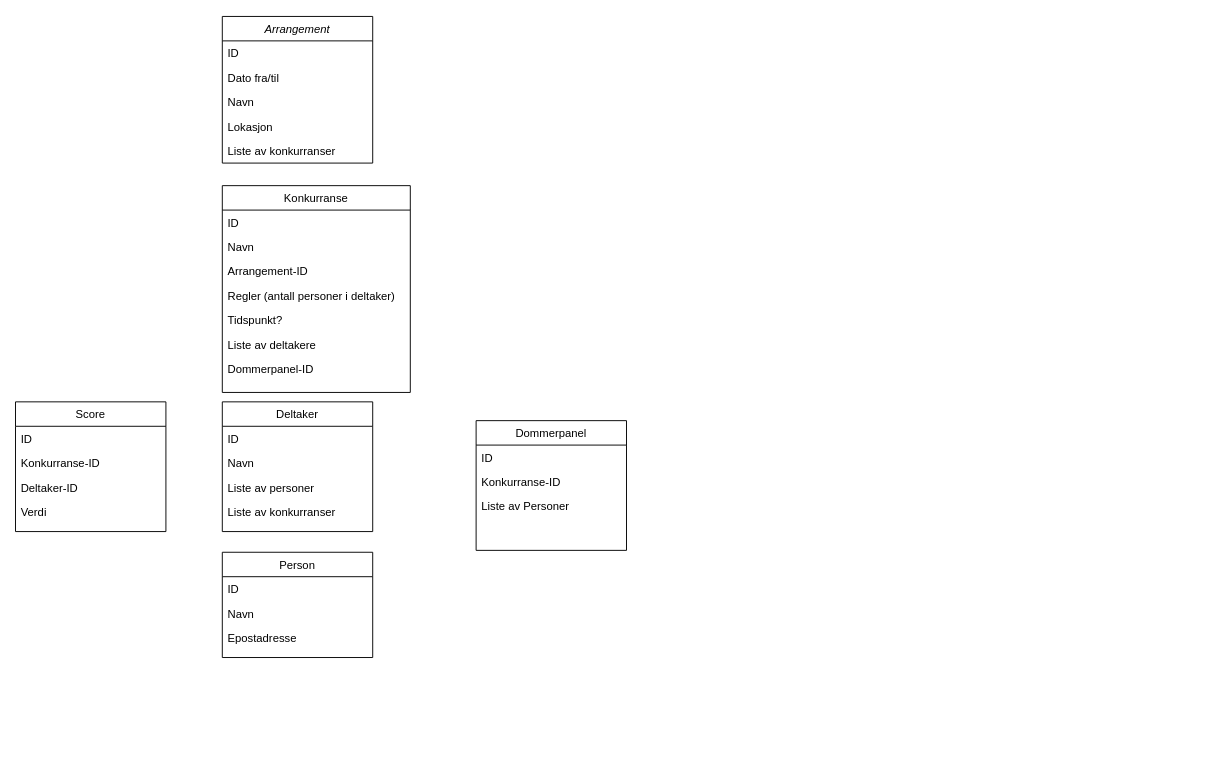
The draw.io diagram Untitled Diagram.drawio in sophiesylta/Toraderkonkurranse, before the edit. Source tidied: cells renumbered, new cells numbered last; positions are measured from the earlier drawing's top-left corner, leaving out a move shared by most shapes. Both pictures are drawn from the tidied source at 94%, with x=0, y=0 at pixel (15, 16).
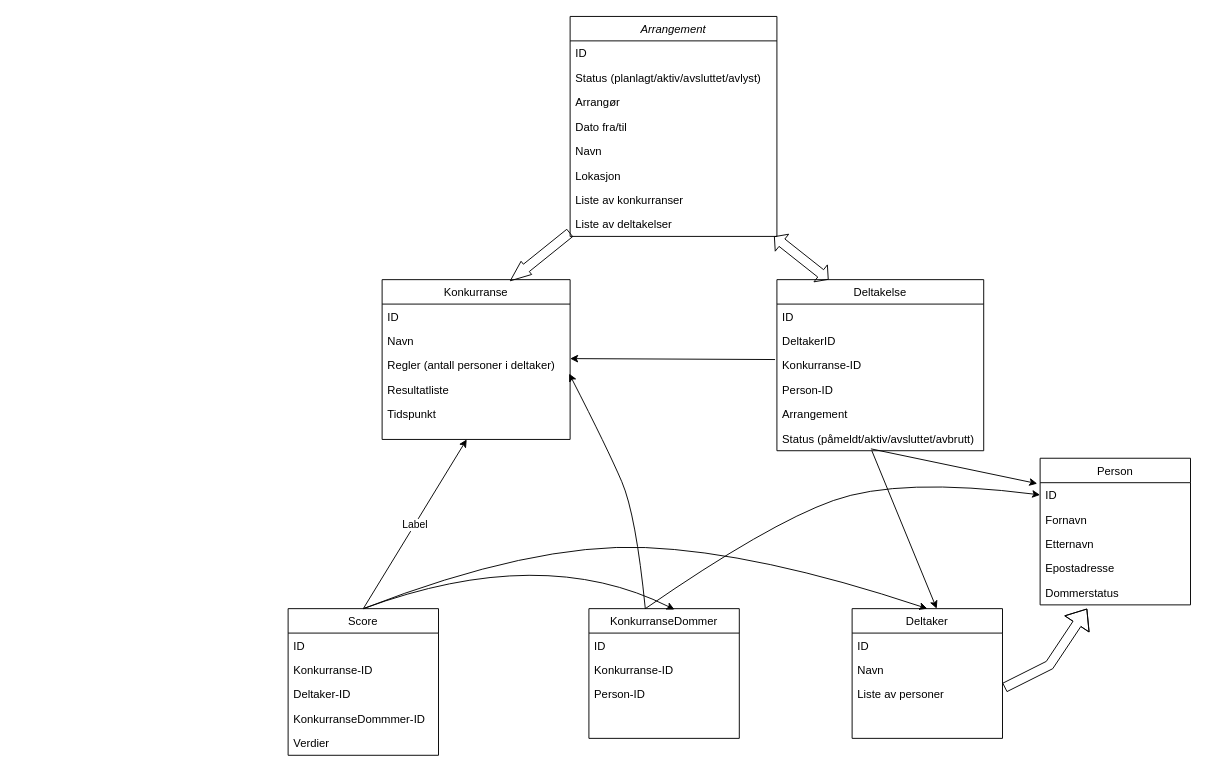
The same diagram, later.

Unchanged cells that the change refers to:
```xml
<mxCell id="11" value="Liste av personer" style="text;align=left;verticalAlign=top;spacingLeft=4;spacingRight=4;overflow=hidden;points=[[0,0.5],[1,0.5]];portConstraint=eastwest;fontStyle=0;" parent="8" vertex="1">
  <mxGeometry y="78" width="160" height="26" as="geometry" />
</mxCell>
<mxCell id="14" value="ID" style="text;align=left;verticalAlign=top;spacingLeft=4;spacingRight=4;overflow=hidden;points=[[0,0.5],[1,0.5]];portConstraint=eastwest;" parent="13" vertex="1">
  <mxGeometry y="26" width="160" height="26" as="geometry" />
</mxCell>
```

What changed in the source:
```diff
@@
     <mxCell id="2" value="Arrangement" style="swimlane;fontStyle=2;align=center;verticalAlign=top;horizontal=1;startSize=26;rounded=0;shadow=0;strokeWidth=1;" parent="1" vertex="1">
-      <mxGeometry x="220" width="160" height="156" as="geometry" />
+      <mxGeometry x="590" width="220" height="234" as="geometry" />
     </mxCell>
     <mxCell id="3" value="ID" style="text;align=left;verticalAlign=top;spacingLeft=4;spacingRight=4;overflow=hidden;" parent="2" vertex="1">
-      <mxGeometry y="26" width="160" height="26" as="geometry" />
+      <mxGeometry y="26" width="220" height="26" as="geometry" />
     </mxCell>
+    <mxCell id="34" value="Status (planlagt/aktiv/avsluttet/avlyst)" style="text;align=left;verticalAlign=top;spacingLeft=4;spacingRight=4;overflow=hidden;" parent="2" vertex="1">
+      <mxGeometry y="52" width="220" height="26" as="geometry" />
+    </mxCell>
+    <mxCell id="35" value="Arrangør" style="text;align=left;verticalAlign=top;spacingLeft=4;spacingRight=4;overflow=hidden;" parent="2" vertex="1">
+      <mxGeometry y="78" width="220" height="26" as="geometry" />
+    </mxCell>
     <mxCell id="4" value="Dato fra/til" style="text;align=left;verticalAlign=top;spacingLeft=4;spacingRight=4;overflow=hidden;rounded=0;shadow=0;html=0;" parent="2" vertex="1">
-      <mxGeometry y="52" width="160" height="26" as="geometry" />
+      <mxGeometry y="104" width="220" height="26" as="geometry" />
     </mxCell>
     <mxCell id="5" value="Navn" style="text;align=left;verticalAlign=top;spacingLeft=4;spacingRight=4;overflow=hidden;rounded=0;shadow=0;html=0;" parent="2" vertex="1">
-      <mxGeometry y="78" width="160" height="26" as="geometry" />
+      <mxGeometry y="130" width="220" height="26" as="geometry" />
     </mxCell>
     <mxCell id="6" value="Lokasjon" style="text;align=left;verticalAlign=top;spacingLeft=4;spacingRight=4;overflow=hidden;" parent="2" vertex="1">
-      <mxGeometry y="104" width="160" height="26" as="geometry" />
+      <mxGeometry y="156" width="220" height="26" as="geometry" />
     </mxCell>
+    <mxCell id="12" value="Liste av konkurranser" style="text;align=left;verticalAlign=top;spacingLeft=4;spacingRight=4;overflow=hidden;" parent="2" vertex="1">
+      <mxGeometry y="182" width="220" height="26" as="geometry" />
+    </mxCell>
-    <mxCell id="7" value="Liste av konkurranser" style="text;align=left;verticalAlign=top;spacingLeft=4;spacingRight=4;overflow=hidden;points=[[0,0.5],[1,0.5]];portConstraint=eastwest;" parent="2" vertex="1">
-      <mxGeometry y="130" width="160" height="26" as="geometry" />
+    <mxCell id="7" value="Liste av deltakelser" style="text;align=left;verticalAlign=top;spacingLeft=4;spacingRight=4;overflow=hidden;points=[[0,0.5],[1,0.5]];portConstraint=eastwest;" parent="2" vertex="1">
+      <mxGeometry y="208" width="220" height="26" as="geometry" />
     </mxCell>
     <mxCell id="8" value="Deltaker" style="swimlane;fontStyle=0;align=center;verticalAlign=top;horizontal=1;startSize=26;rounded=0;shadow=0;strokeWidth=1;" parent="1" vertex="1">
-      <mxGeometry x="220" y="410" width="160" height="138" as="geometry" />
+      <mxGeometry x="890" y="630" width="160" height="138" as="geometry" />
     </mxCell>
@@
-    <mxCell id="12" value="Liste av konkurranser" style="text;align=left;verticalAlign=top;spacingLeft=4;spacingRight=4;overflow=hidden;" parent="8" vertex="1">
-      <mxGeometry y="104" width="160" height="26" as="geometry" />
-    </mxCell>
     <mxCell id="13" value="Person" style="swimlane;fontStyle=0;align=center;verticalAlign=top;horizontal=1;startSize=26;rounded=0;shadow=0;strokeWidth=1;" parent="1" vertex="1">
-      <mxGeometry x="220" y="570" width="160" height="112" as="geometry" />
+      <mxGeometry x="1090" y="470" width="160" height="156" as="geometry" />
     </mxCell>
@@
-    <mxCell id="15" value="Navn" style="text;align=left;verticalAlign=top;spacingLeft=4;spacingRight=4;overflow=hidden;" parent="13" vertex="1">
+    <mxCell id="15" value="Fornavn" style="text;align=left;verticalAlign=top;spacingLeft=4;spacingRight=4;overflow=hidden;" parent="13" vertex="1">
       <mxGeometry y="52" width="160" height="26" as="geometry" />
     </mxCell>
+    <mxCell id="36" value="Etternavn" style="text;align=left;verticalAlign=top;spacingLeft=4;spacingRight=4;overflow=hidden;" parent="13" vertex="1">
+      <mxGeometry y="78" width="160" height="26" as="geometry" />
+    </mxCell>
     <mxCell id="16" value="Epostadresse" style="text;align=left;verticalAlign=top;spacingLeft=4;spacingRight=4;overflow=hidden;" parent="13" vertex="1">
-      <mxGeometry y="78" width="160" height="26" as="geometry" />
+      <mxGeometry y="104" width="160" height="26" as="geometry" />
     </mxCell>
+    <mxCell id="37" value="Dommerstatus" style="text;align=left;verticalAlign=top;spacingLeft=4;spacingRight=4;overflow=hidden;" parent="13" vertex="1">
+      <mxGeometry y="130" width="160" height="26" as="geometry" />
+    </mxCell>
     <mxCell id="17" value="Konkurranse" style="swimlane;fontStyle=0;align=center;verticalAlign=top;horizontal=1;startSize=26;rounded=0;shadow=0;strokeWidth=1;" parent="1" vertex="1">
-      <mxGeometry x="220" y="180" width="200" height="220" as="geometry" />
+      <mxGeometry x="390" y="280" width="200" height="170" as="geometry" />
     </mxCell>
@@
-    <mxCell id="20" value="Arrangement-ID" style="text;align=left;verticalAlign=top;spacingLeft=4;spacingRight=4;overflow=hidden;rounded=0;shadow=0;html=0;" parent="17" vertex="1">
-      <mxGeometry y="78" width="200" height="26" as="geometry" />
-    </mxCell>
     <mxCell id="21" value="Regler (antall personer i deltaker)" style="text;align=left;verticalAlign=top;spacingLeft=4;spacingRight=4;overflow=hidden;points=[[0,0.5],[1,0.5]];portConstraint=eastwest;rounded=0;shadow=0;html=0;" parent="17" vertex="1">
-      <mxGeometry y="104" width="200" height="26" as="geometry" />
+      <mxGeometry y="78" width="200" height="26" as="geometry" />
     </mxCell>
-    <mxCell id="22" value="Tidspunkt?" style="text;align=left;verticalAlign=top;spacingLeft=4;spacingRight=4;overflow=hidden;rounded=0;shadow=0;html=0;" parent="17" vertex="1">
-      <mxGeometry y="130" width="200" height="26" as="geometry" />
+    <mxCell id="22" value="Resultatliste" style="text;align=left;verticalAlign=top;spacingLeft=4;spacingRight=4;overflow=hidden;rounded=0;shadow=0;html=0;" parent="17" vertex="1">
+      <mxGeometry y="104" width="200" height="26" as="geometry" />
     </mxCell>
-    <mxCell id="23" value="Liste av deltakere" style="text;align=left;verticalAlign=top;spacingLeft=4;spacingRight=4;overflow=hidden;" parent="17" vertex="1">
-      <mxGeometry y="156" width="200" height="26" as="geometry" />
-    </mxCell>
-    <mxCell id="24" value="Dommerpanel-ID" style="text;align=left;verticalAlign=top;spacingLeft=4;spacingRight=4;overflow=hidden;fontStyle=0;" parent="17" vertex="1">
-      <mxGeometry y="182" width="200" height="26" as="geometry" />
-    </mxCell>
+    <mxCell id="38" value="Tidspunkt" style="text;align=left;verticalAlign=top;spacingLeft=4;spacingRight=4;overflow=hidden;rounded=0;shadow=0;html=0;" parent="17" vertex="1">
+      <mxGeometry y="130" width="200" height="26" as="geometry" />
+    </mxCell>
     <mxCell id="25" value="Score" style="swimlane;fontStyle=0;align=center;verticalAlign=top;horizontal=1;startSize=26;rounded=0;shadow=0;strokeWidth=1;" parent="1" vertex="1">
-      <mxGeometry y="410" width="160" height="138" as="geometry" />
+      <mxGeometry x="290" y="630" width="160" height="156" as="geometry" />
     </mxCell>
@@
+    <mxCell id="39" value="KonkurranseDommmer-ID" style="text;align=left;verticalAlign=top;spacingLeft=4;spacingRight=4;overflow=hidden;fontStyle=0;" parent="25" vertex="1">
+      <mxGeometry y="104" width="160" height="26" as="geometry" />
+    </mxCell>
-    <mxCell id="29" value="Verdi" style="text;align=left;verticalAlign=top;spacingLeft=4;spacingRight=4;overflow=hidden;fontStyle=0;" parent="25" vertex="1">
-      <mxGeometry y="104" width="160" height="26" as="geometry" />
+    <mxCell id="29" value="Verdier" style="text;align=left;verticalAlign=top;spacingLeft=4;spacingRight=4;overflow=hidden;fontStyle=0;" parent="25" vertex="1">
+      <mxGeometry y="130" width="160" height="26" as="geometry" />
     </mxCell>
-    <mxCell id="30" value="Dommerpanel" style="swimlane;fontStyle=0;align=center;verticalAlign=top;horizontal=1;startSize=26;rounded=0;shadow=0;strokeWidth=1;" parent="1" vertex="1">
-      <mxGeometry x="490" y="430" width="160" height="138" as="geometry" />
+    <mxCell id="30" value="KonkurranseDommer" style="swimlane;fontStyle=0;align=center;verticalAlign=top;horizontal=1;startSize=26;rounded=0;shadow=0;strokeWidth=1;" parent="1" vertex="1">
+      <mxGeometry x="610" y="630" width="160" height="138" as="geometry" />
     </mxCell>
@@
-    <mxCell id="33" value="Liste av Personer" style="text;align=left;verticalAlign=top;spacingLeft=4;spacingRight=4;overflow=hidden;rounded=0;shadow=0;html=0;" parent="30" vertex="1">
+    <mxCell id="33" value="Person-ID" style="text;align=left;verticalAlign=top;spacingLeft=4;spacingRight=4;overflow=hidden;rounded=0;shadow=0;html=0;" parent="30" vertex="1">
       <mxGeometry y="78" width="160" height="26" as="geometry" />
     </mxCell>
+    <mxCell id="40" value="Deltakelse" style="swimlane;fontStyle=0;align=center;verticalAlign=top;horizontal=1;startSize=26;rounded=0;shadow=0;strokeWidth=1;" parent="1" vertex="1">
+      <mxGeometry x="810" y="280" width="220" height="182" as="geometry" />
+    </mxCell>
+    <mxCell id="41" value="ID" style="text;align=left;verticalAlign=top;spacingLeft=4;spacingRight=4;overflow=hidden;" parent="40" vertex="1">
+      <mxGeometry y="26" width="220" height="26" as="geometry" />
+    </mxCell>
+    <mxCell id="42" value="DeltakerID" style="text;align=left;verticalAlign=top;spacingLeft=4;spacingRight=4;overflow=hidden;rounded=0;shadow=0;html=0;" parent="40" vertex="1">
+      <mxGeometry y="52" width="220" height="26" as="geometry" />
+    </mxCell>
+    <mxCell id="43" value="Konkurranse-ID" style="text;align=left;verticalAlign=top;spacingLeft=4;spacingRight=4;overflow=hidden;points=[[0,0.5],[1,0.5]];portConstraint=eastwest;fontStyle=0;" parent="40" vertex="1">
+      <mxGeometry y="78" width="220" height="26" as="geometry" />
+    </mxCell>
+    <mxCell id="44" value="Person-ID" style="text;align=left;verticalAlign=top;spacingLeft=4;spacingRight=4;overflow=hidden;" parent="40" vertex="1">
+      <mxGeometry y="104" width="220" height="26" as="geometry" />
+    </mxCell>
+    <mxCell id="45" value="Arrangement" style="text;align=left;verticalAlign=top;spacingLeft=4;spacingRight=4;overflow=hidden;" parent="40" vertex="1">
+      <mxGeometry y="130" width="220" height="26" as="geometry" />
+    </mxCell>
+    <mxCell id="46" value="Status (påmeldt/aktiv/avsluttet/avbrutt)" style="text;align=left;verticalAlign=top;spacingLeft=4;spacingRight=4;overflow=hidden;points=[[0,0.5],[1,0.5]];portConstraint=eastwest;" parent="40" vertex="1">
+      <mxGeometry y="156" width="220" height="26" as="geometry" />
+    </mxCell>
+    <mxCell id="47" style="endArrow=classic;html=1;rounded=0;exitX=0.5;exitY=0;exitDx=0;exitDy=0;" parent="1" edge="1" source="25">
+      <mxGeometry relative="1" as="geometry">
+        <mxPoint x="480" y="450" as="targetPoint" />
+      </mxGeometry>
+    </mxCell>
+    <mxCell id="48" value="Label" style="edgeLabel;html=1;align=center;verticalAlign=middle;" parent="47" vertex="1">
+      <mxGeometry relative="1" as="geometry" />
+    </mxCell>
+    <mxCell id="49" style="curved=1;endArrow=classic;html=1;rounded=0;entryX=0.569;entryY=0.007;entryDx=0;entryDy=0;entryPerimeter=0;" parent="1" edge="1" target="30">
+      <mxGeometry relative="1" as="geometry">
+        <mxPoint x="370" y="630" as="sourcePoint" />
+        <Array as="points">
+          <mxPoint x="560" y="560" />
+        </Array>
+      </mxGeometry>
+    </mxCell>
+    <mxCell id="50" style="curved=1;endArrow=classic;html=1;rounded=0;entryX=0.5;entryY=0;entryDx=0;entryDy=0;" parent="1" edge="1" target="8">
+      <mxGeometry relative="1" as="geometry">
+        <mxPoint x="370" y="630" as="sourcePoint" />
+        <Array as="points">
+          <mxPoint x="550" y="560" />
+          <mxPoint x="790" y="570" />
+        </Array>
+      </mxGeometry>
+    </mxCell>
+    <mxCell id="51" style="curved=1;endArrow=classic;html=1;rounded=0;entryX=0.995;entryY=0.846;entryDx=0;entryDy=0;entryPerimeter=0;exitX=0.375;exitY=0;exitDx=0;exitDy=0;exitPerimeter=0;" parent="1" edge="1" source="30" target="21">
+      <mxGeometry relative="1" as="geometry">
+        <Array as="points">
+          <mxPoint x="660" y="530" />
+          <mxPoint x="630" y="460" />
+        </Array>
+      </mxGeometry>
+    </mxCell>
+    <mxCell id="52" style="curved=1;endArrow=classic;html=1;rounded=0;entryX=0;entryY=0.25;entryDx=0;entryDy=0;" parent="1" edge="1" target="13">
+      <mxGeometry relative="1" as="geometry">
+        <mxPoint x="670" y="630" as="sourcePoint" />
+        <Array as="points">
+          <mxPoint x="800" y="540" />
+          <mxPoint x="940" y="490" />
+        </Array>
+      </mxGeometry>
+    </mxCell>
+    <mxCell id="53" style="shape=flexArrow;endArrow=classic;html=1;rounded=0;exitX=1.013;exitY=0.231;exitDx=0;exitDy=0;exitPerimeter=0;" parent="1" edge="1" source="11">
+      <mxGeometry relative="1" as="geometry">
+        <mxPoint x="1140" y="630" as="targetPoint" />
+        <Array as="points">
+          <mxPoint x="1100" y="690" />
+        </Array>
+      </mxGeometry>
+    </mxCell>
+    <mxCell id="54" style="shape=flexArrow;endArrow=classic;html=1;rounded=0;endWidth=7;endSize=6.97;entryX=0.68;entryY=0.009;entryDx=0;entryDy=0;entryPerimeter=0;exitX=0;exitY=0.846;exitDx=0;exitDy=0;exitPerimeter=0;" parent="1" edge="1" source="7" target="17">
+      <mxGeometry relative="1" as="geometry" />
+    </mxCell>
+    <mxCell id="55" style="endArrow=classic;html=1;rounded=0;exitX=0.459;exitY=1;exitDx=0;exitDy=0;exitPerimeter=0;" parent="1" edge="1" source="46">
+      <mxGeometry relative="1" as="geometry">
+        <mxPoint x="980" y="630" as="targetPoint" />
+      </mxGeometry>
+    </mxCell>
+    <mxCell id="56" style="endArrow=classic;html=1;rounded=0;exitX=-0.009;exitY=0.269;exitDx=0;exitDy=0;exitPerimeter=0;entryX=1;entryY=0.231;entryDx=0;entryDy=0;entryPerimeter=0;" parent="1" edge="1" source="43" target="21">
+      <mxGeometry relative="1" as="geometry" />
+    </mxCell>
+    <mxCell id="57" style="endArrow=classic;html=1;rounded=0;entryX=-0.019;entryY=0.038;entryDx=0;entryDy=0;entryPerimeter=0;" parent="1" edge="1" target="14">
+      <mxGeometry relative="1" as="geometry">
+        <mxPoint x="910" y="460" as="sourcePoint" />
+      </mxGeometry>
+    </mxCell>
+    <mxCell id="58" style="shape=flexArrow;endArrow=classic;startArrow=classic;html=1;rounded=0;exitX=0.986;exitY=1;exitDx=0;exitDy=0;exitPerimeter=0;entryX=0.25;entryY=0;entryDx=0;entryDy=0;endWidth=12;endSize=3.09;startWidth=12;startSize=3.09;" parent="1" edge="1" source="7" target="40">
+      <mxGeometry relative="1" as="geometry" />
+    </mxCell>
```
